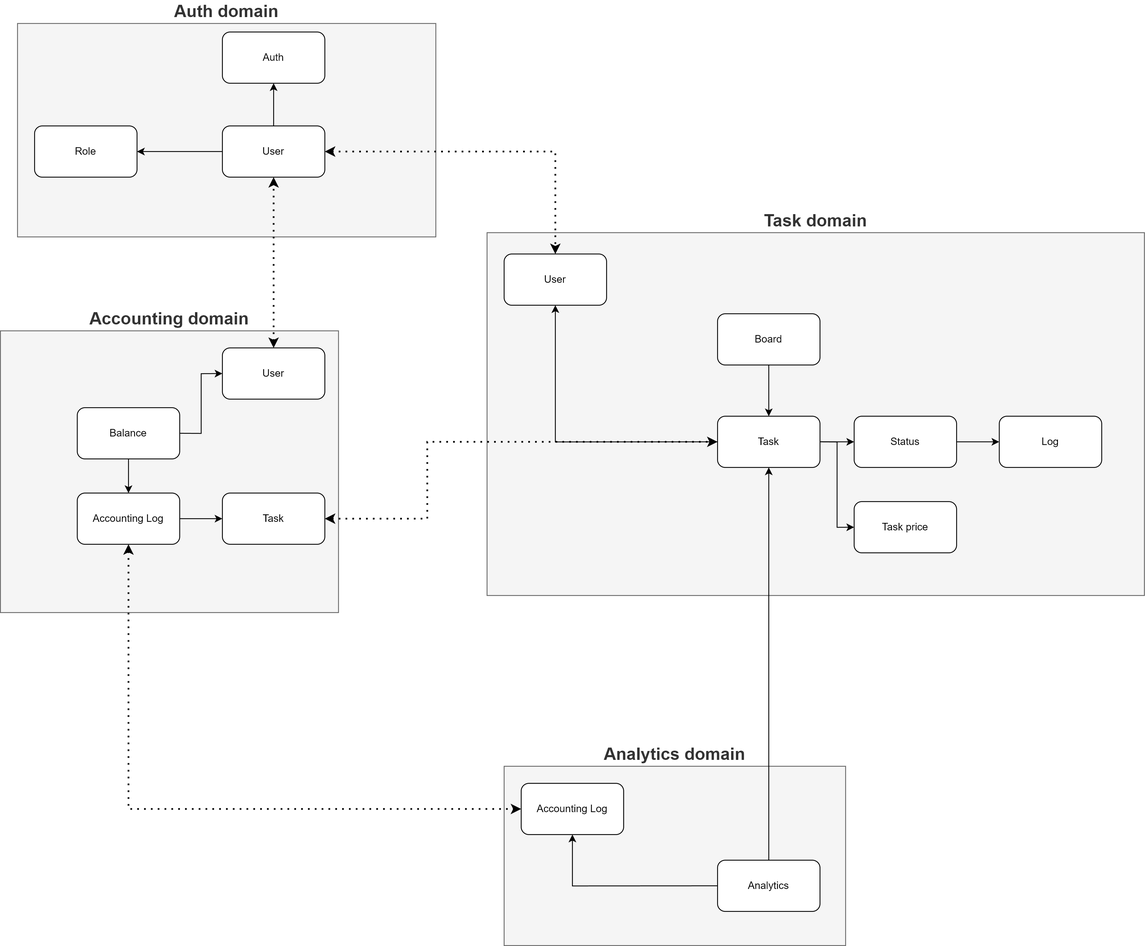
This is docs/architecture/data_model.png from sensiarion/async_arch_course, a draw.io export, as it was before one commit. Source tidied: cells renumbered, new cells last; positions are measured from the earlier drawing's top-left corner, leaving out a move shared by most shapes. The source it was exported from:
```xml
<mxGraphModel>
  <root>
    <mxCell id="0" />
    <mxCell id="1" parent="0" />
    <mxCell id="2" value="Accounting domain" style="rounded=0;whiteSpace=wrap;html=1;fillColor=#f5f5f5;fontColor=#333333;strokeColor=#666666;labelPosition=center;verticalLabelPosition=top;align=center;verticalAlign=bottom;fontSize=20;fontStyle=1;" parent="1" vertex="1">
      <mxGeometry y="360" width="396" height="330" as="geometry" />
    </mxCell>
    <mxCell id="3" value="Analytics domain" style="rounded=0;whiteSpace=wrap;html=1;fillColor=#f5f5f5;fontColor=#333333;strokeColor=#666666;labelPosition=center;verticalLabelPosition=top;align=center;verticalAlign=bottom;fontSize=20;fontStyle=1;" parent="1" vertex="1">
      <mxGeometry x="590" y="870" width="400" height="210" as="geometry" />
    </mxCell>
    <mxCell id="4" value="Task domain" style="rounded=0;whiteSpace=wrap;html=1;fillColor=#f5f5f5;fontColor=#333333;strokeColor=#666666;labelPosition=center;verticalLabelPosition=top;align=center;verticalAlign=bottom;fontSize=20;fontStyle=1;" parent="1" vertex="1">
      <mxGeometry x="570" y="245" width="770" height="425" as="geometry" />
    </mxCell>
    <mxCell id="5" value="Auth domain" style="rounded=0;whiteSpace=wrap;html=1;fillColor=#f5f5f5;fontColor=#333333;strokeColor=#666666;labelPosition=center;verticalLabelPosition=top;align=center;verticalAlign=bottom;fontSize=20;fontStyle=1;" parent="1" vertex="1">
      <mxGeometry x="20" width="490" height="250" as="geometry" />
    </mxCell>
    <mxCell id="6" style="edgeStyle=orthogonalEdgeStyle;rounded=0;jettySize=auto;html=1;exitX=0.5;exitY=0;exitDx=0;exitDy=0;entryX=0.5;entryY=1;entryDx=0;entryDy=0;" parent="1" edge="1" source="8" target="18">
      <mxGeometry relative="1" as="geometry" />
    </mxCell>
    <mxCell id="7" style="edgeStyle=orthogonalEdgeStyle;rounded=0;jettySize=auto;html=1;exitX=0;exitY=0.5;exitDx=0;exitDy=0;fontSize=20;startArrow=none;startFill=0;endArrow=classic;endFill=1;" parent="1" edge="1" source="8" target="9">
      <mxGeometry relative="1" as="geometry" />
    </mxCell>
    <mxCell id="8" value="User" style="rounded=1;whiteSpace=wrap;html=1;" parent="1" vertex="1">
      <mxGeometry x="260" y="120" width="120" height="60" as="geometry" />
    </mxCell>
    <mxCell id="9" value="Role" style="rounded=1;whiteSpace=wrap;html=1;" parent="1" vertex="1">
      <mxGeometry x="40" y="120" width="120" height="60" as="geometry" />
    </mxCell>
    <mxCell id="10" style="edgeStyle=orthogonalEdgeStyle;rounded=0;jettySize=auto;html=1;exitX=1;exitY=0.5;exitDx=0;exitDy=0;entryX=0;entryY=0.5;entryDx=0;entryDy=0;" parent="1" edge="1" source="13" target="17">
      <mxGeometry relative="1" as="geometry" />
    </mxCell>
    <mxCell id="11" style="edgeStyle=orthogonalEdgeStyle;rounded=0;jettySize=auto;html=1;exitX=0;exitY=0.5;exitDx=0;exitDy=0;entryX=0.5;entryY=1;entryDx=0;entryDy=0;" parent="1" edge="1" source="13" target="29">
      <mxGeometry relative="1" as="geometry" />
    </mxCell>
    <mxCell id="12" style="edgeStyle=orthogonalEdgeStyle;rounded=0;jettySize=auto;html=1;exitX=1;exitY=0.5;exitDx=0;exitDy=0;entryX=0;entryY=0.5;entryDx=0;entryDy=0;fontSize=20;startArrow=none;startFill=0;endArrow=classic;endFill=1;" parent="1" edge="1" source="13" target="22">
      <mxGeometry relative="1" as="geometry" />
    </mxCell>
    <mxCell id="13" value="Task" style="rounded=1;whiteSpace=wrap;html=1;" parent="1" vertex="1">
      <mxGeometry x="840" y="460" width="120" height="60" as="geometry" />
    </mxCell>
    <mxCell id="14" style="edgeStyle=orthogonalEdgeStyle;rounded=0;jettySize=auto;html=1;exitX=0.5;exitY=1;exitDx=0;exitDy=0;entryX=0.5;entryY=0;entryDx=0;entryDy=0;" parent="1" edge="1" source="15" target="13">
      <mxGeometry relative="1" as="geometry" />
    </mxCell>
    <mxCell id="15" value="Board" style="rounded=1;whiteSpace=wrap;html=1;" parent="1" vertex="1">
      <mxGeometry x="840" y="340" width="120" height="60" as="geometry" />
    </mxCell>
    <mxCell id="16" style="edgeStyle=orthogonalEdgeStyle;rounded=0;jettySize=auto;html=1;exitX=1;exitY=0.5;exitDx=0;exitDy=0;" parent="1" edge="1" source="17" target="28">
      <mxGeometry relative="1" as="geometry" />
    </mxCell>
    <mxCell id="17" value="Status" style="rounded=1;whiteSpace=wrap;html=1;" parent="1" vertex="1">
      <mxGeometry x="1000" y="460" width="120" height="60" as="geometry" />
    </mxCell>
    <mxCell id="18" value="Auth" style="rounded=1;whiteSpace=wrap;html=1;" parent="1" vertex="1">
      <mxGeometry x="260" y="10" width="120" height="60" as="geometry" />
    </mxCell>
    <mxCell id="19" style="edgeStyle=orthogonalEdgeStyle;rounded=0;jettySize=auto;html=1;exitX=0.5;exitY=1;exitDx=0;exitDy=0;" parent="1" edge="1" source="21" target="24">
      <mxGeometry relative="1" as="geometry" />
    </mxCell>
    <mxCell id="20" style="edgeStyle=orthogonalEdgeStyle;rounded=0;jettySize=auto;html=1;exitX=1;exitY=0.5;exitDx=0;exitDy=0;entryX=0;entryY=0.5;entryDx=0;entryDy=0;fontSize=20;startArrow=none;startFill=0;endArrow=classic;endFill=1;" parent="1" edge="1" source="21" target="31">
      <mxGeometry relative="1" as="geometry" />
    </mxCell>
    <mxCell id="21" value="Balance" style="rounded=1;whiteSpace=wrap;html=1;" parent="1" vertex="1">
      <mxGeometry x="90" y="450" width="120" height="60" as="geometry" />
    </mxCell>
    <mxCell id="22" value="Task price" style="rounded=1;whiteSpace=wrap;html=1;" parent="1" vertex="1">
      <mxGeometry x="1000" y="560" width="120" height="60" as="geometry" />
    </mxCell>
    <mxCell id="23" style="edgeStyle=orthogonalEdgeStyle;rounded=0;jettySize=auto;html=1;exitX=1;exitY=0.5;exitDx=0;exitDy=0;entryX=0;entryY=0.5;entryDx=0;entryDy=0;fontSize=20;startArrow=none;startFill=0;endArrow=classic;endFill=1;" parent="1" edge="1" source="24" target="33">
      <mxGeometry relative="1" as="geometry" />
    </mxCell>
    <mxCell id="24" value="Accounting Log" style="rounded=1;whiteSpace=wrap;html=1;" parent="1" vertex="1">
      <mxGeometry x="90" y="550" width="120" height="60" as="geometry" />
    </mxCell>
    <mxCell id="25" style="edgeStyle=orthogonalEdgeStyle;rounded=0;jettySize=auto;html=1;exitX=0.5;exitY=0;exitDx=0;exitDy=0;entryX=0.5;entryY=1;entryDx=0;entryDy=0;" parent="1" edge="1" source="27" target="13">
      <mxGeometry relative="1" as="geometry" />
    </mxCell>
    <mxCell id="26" style="edgeStyle=orthogonalEdgeStyle;rounded=0;jettySize=auto;html=1;exitX=0;exitY=0.5;exitDx=0;exitDy=0;entryX=0.5;entryY=1;entryDx=0;entryDy=0;fontSize=20;startArrow=none;startFill=0;endArrow=classic;endFill=1;" parent="1" edge="1" source="27" target="35">
      <mxGeometry relative="1" as="geometry" />
    </mxCell>
    <mxCell id="27" value="Analytics" style="rounded=1;whiteSpace=wrap;html=1;" parent="1" vertex="1">
      <mxGeometry x="840" y="980" width="120" height="60" as="geometry" />
    </mxCell>
    <mxCell id="28" value="Log" style="rounded=1;whiteSpace=wrap;html=1;" parent="1" vertex="1">
      <mxGeometry x="1170" y="460" width="120" height="60" as="geometry" />
    </mxCell>
    <mxCell id="29" value="User" style="rounded=1;whiteSpace=wrap;html=1;" parent="1" vertex="1">
      <mxGeometry x="590" y="270" width="120" height="60" as="geometry" />
    </mxCell>
    <mxCell id="30" style="endArrow=classic;dashed=1;html=1;dashPattern=1 3;strokeWidth=2;rounded=0;fontSize=20;startArrow=classic;startFill=1;endFill=1;entryX=0.5;entryY=0;entryDx=0;entryDy=0;exitX=1;exitY=0.5;exitDx=0;exitDy=0;" parent="1" edge="1" source="8" target="29">
      <mxGeometry relative="1" as="geometry">
        <Array as="points">
          <mxPoint x="650" y="150" />
        </Array>
      </mxGeometry>
    </mxCell>
    <mxCell id="31" value="User" style="rounded=1;whiteSpace=wrap;html=1;" parent="1" vertex="1">
      <mxGeometry x="260" y="380" width="120" height="60" as="geometry" />
    </mxCell>
    <mxCell id="32" style="endArrow=classic;dashed=1;html=1;dashPattern=1 3;strokeWidth=2;rounded=0;fontSize=20;startArrow=classic;startFill=1;endFill=1;entryX=0.5;entryY=1;entryDx=0;entryDy=0;exitX=0.5;exitY=0;exitDx=0;exitDy=0;" parent="1" edge="1" source="31" target="8">
      <mxGeometry relative="1" as="geometry" />
    </mxCell>
    <mxCell id="33" value="Task" style="rounded=1;whiteSpace=wrap;html=1;" parent="1" vertex="1">
      <mxGeometry x="260" y="550" width="120" height="60" as="geometry" />
    </mxCell>
    <mxCell id="34" style="endArrow=classic;dashed=1;html=1;dashPattern=1 3;strokeWidth=2;rounded=0;fontSize=20;startArrow=classic;startFill=1;endFill=1;entryX=0;entryY=0.5;entryDx=0;entryDy=0;exitX=1;exitY=0.5;exitDx=0;exitDy=0;" parent="1" edge="1" source="33" target="13">
      <mxGeometry relative="1" as="geometry">
        <Array as="points">
          <mxPoint x="500" y="580" />
          <mxPoint x="500" y="490" />
        </Array>
      </mxGeometry>
    </mxCell>
    <mxCell id="35" value="Accounting Log" style="rounded=1;whiteSpace=wrap;html=1;" parent="1" vertex="1">
      <mxGeometry x="610" y="890" width="120" height="60" as="geometry" />
    </mxCell>
    <mxCell id="36" style="endArrow=classic;dashed=1;html=1;dashPattern=1 3;strokeWidth=2;rounded=0;fontSize=20;startArrow=classic;startFill=1;endFill=1;entryX=0;entryY=0.5;entryDx=0;entryDy=0;exitX=0.5;exitY=1;exitDx=0;exitDy=0;" parent="1" edge="1" source="24" target="35">
      <mxGeometry relative="1" as="geometry">
        <Array as="points">
          <mxPoint x="150" y="920" />
        </Array>
      </mxGeometry>
    </mxCell>
  </root>
</mxGraphModel>
```
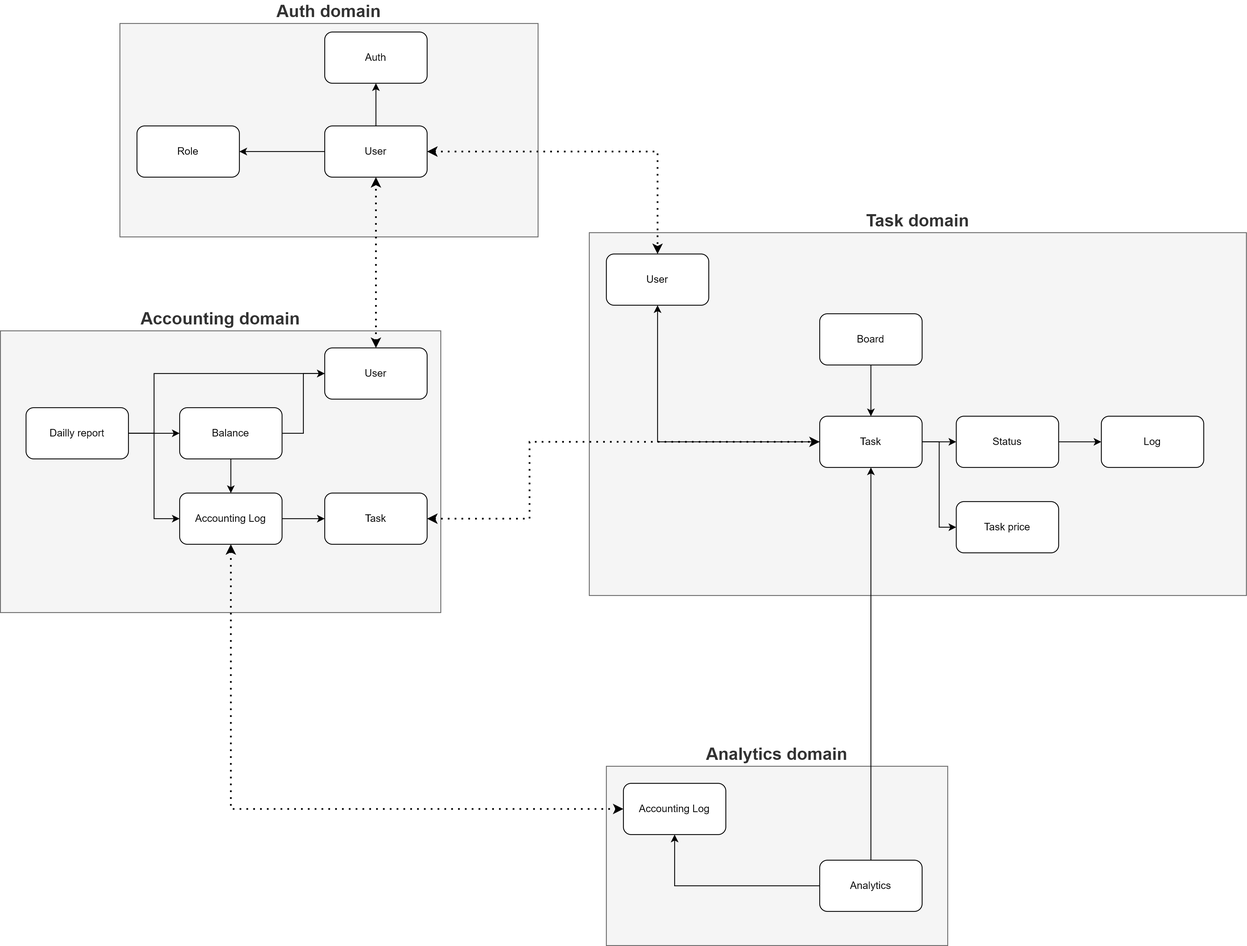
After the change.

Commit message:
Add daily report entity; remove user info update from business events

What changed in the source:
```diff
@@ -3,7 +3,7 @@
     <mxCell id="0" />
     <mxCell id="1" parent="0" />
     <mxCell id="2" value="Accounting domain" style="rounded=0;whiteSpace=wrap;html=1;fillColor=#f5f5f5;fontColor=#333333;strokeColor=#666666;labelPosition=center;verticalLabelPosition=top;align=center;verticalAlign=bottom;fontSize=20;fontStyle=1;" parent="1" vertex="1">
-      <mxGeometry y="360" width="396" height="330" as="geometry" />
+      <mxGeometry x="-120" y="360" width="516" height="330" as="geometry" />
     </mxCell>
     <mxCell id="3" value="Analytics domain" style="rounded=0;whiteSpace=wrap;html=1;fillColor=#f5f5f5;fontColor=#333333;strokeColor=#666666;labelPosition=center;verticalLabelPosition=top;align=center;verticalAlign=bottom;fontSize=20;fontStyle=1;" parent="1" vertex="1">
       <mxGeometry x="590" y="870" width="400" height="210" as="geometry" />
@@ -120,5 +120,22 @@
         </Array>
       </mxGeometry>
     </mxCell>
+    <mxCell id="37" style="edgeStyle=orthogonalEdgeStyle;rounded=0;jettySize=auto;html=1;exitX=1;exitY=0.5;exitDx=0;exitDy=0;fontSize=36;fontColor=#000000;startArrow=none;startFill=0;endArrow=classic;endFill=1;" parent="1" edge="1" source="40" target="21">
+      <mxGeometry relative="1" as="geometry" />
+    </mxCell>
+    <mxCell id="38" style="edgeStyle=orthogonalEdgeStyle;rounded=0;jettySize=auto;html=1;exitX=1;exitY=0.5;exitDx=0;exitDy=0;entryX=0;entryY=0.5;entryDx=0;entryDy=0;fontSize=36;fontColor=#000000;startArrow=none;startFill=0;endArrow=classic;endFill=1;" parent="1" edge="1" source="40" target="24">
+      <mxGeometry relative="1" as="geometry" />
+    </mxCell>
+    <mxCell id="39" style="edgeStyle=orthogonalEdgeStyle;rounded=0;jettySize=auto;html=1;exitX=1;exitY=0.5;exitDx=0;exitDy=0;entryX=0;entryY=0.5;entryDx=0;entryDy=0;fontSize=36;fontColor=#000000;startArrow=none;startFill=0;endArrow=classic;endFill=1;" parent="1" edge="1" source="40" target="31">
+      <mxGeometry relative="1" as="geometry">
+        <Array as="points">
+          <mxPoint x="60" y="480" />
+          <mxPoint x="60" y="410" />
+        </Array>
+      </mxGeometry>
+    </mxCell>
+    <mxCell id="40" value="Dailly report" style="rounded=1;whiteSpace=wrap;html=1;" parent="1" vertex="1">
+      <mxGeometry x="-90" y="450" width="120" height="60" as="geometry" />
+    </mxCell>
   </root>
 </mxGraphModel>
```
